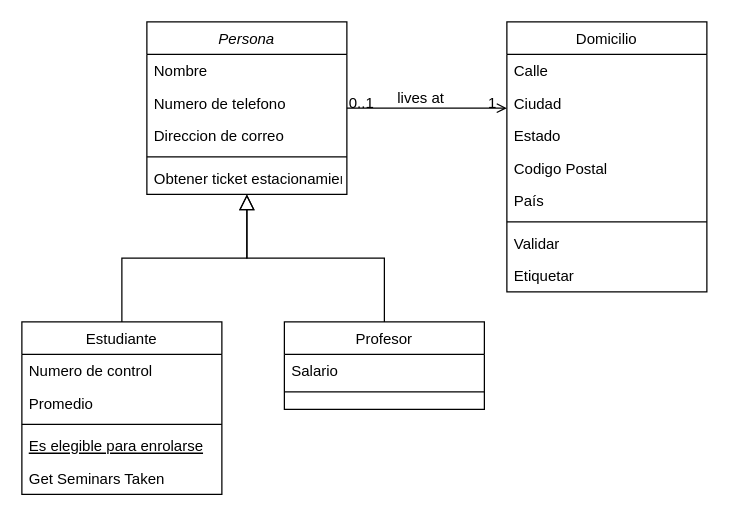
Earlier version of the draw.io diagram Diagrama sin título.drawio (AlejandroNunezITC-TICs/jajajanonono.github.io). Source tidied: cells renumbered, new cells numbered last; positions are measured from the earlier drawing's top-left corner, leaving out a move shared by most shapes. Both pictures are drawn from the tidied source at 125%, with x=0, y=0 at pixel (21, 21).
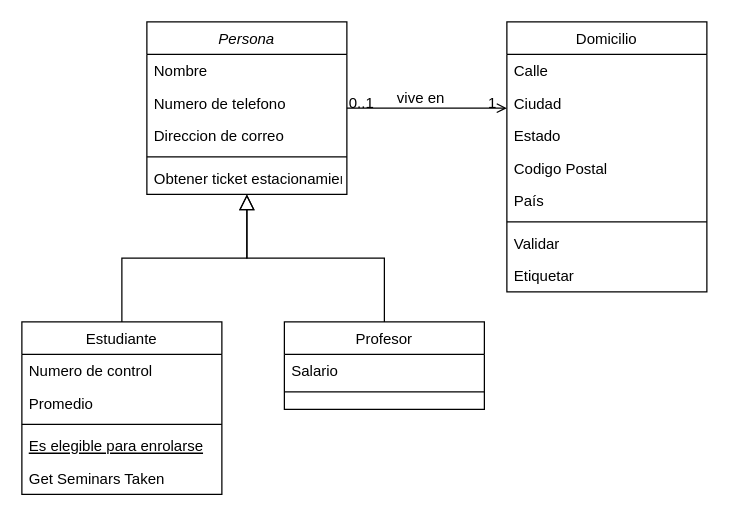
The same page after the edit.

Unchanged cells that the change refers to:
```xml
<mxCell id="28" style="endArrow=open;shadow=0;strokeWidth=1;rounded=0;curved=0;endFill=1;edgeStyle=elbowEdgeStyle;elbow=vertical;" parent="1" edge="1" source="2" target="19">
  <mxGeometry x="0.5" y="41" relative="1" as="geometry">
    <mxPoint x="-40" y="32" as="offset" />
  </mxGeometry>
</mxCell>
```

Diff of the diagram source:
```diff
@@
-    <mxCell id="31" value="lives at" style="text;html=1;align=center;verticalAlign=middle;labelBackgroundColor=none;rounded=0;shadow=0;strokeWidth=1;fontSize=12;" parent="28" vertex="1">
+    <mxCell id="31" value="vive en" style="text;html=1;align=center;verticalAlign=middle;labelBackgroundColor=none;rounded=0;shadow=0;strokeWidth=1;fontSize=12;" parent="28" vertex="1">
       <mxGeometry x="0.5" y="49" relative="1" as="geometry">
         <mxPoint x="-38" y="40" as="offset" />
       </mxGeometry>
     </mxCell>
```
